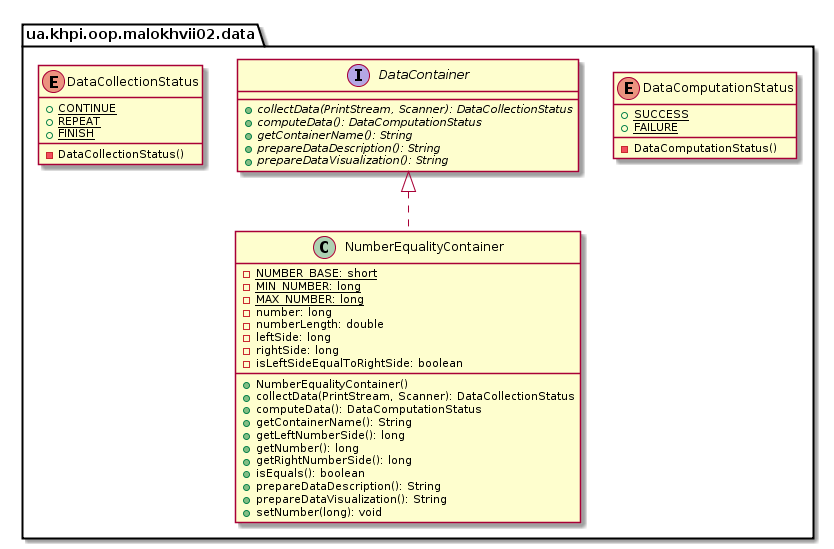
The PlantUML diagram malokhvii-eduard/malokhvii02/doc/plantuml/png/ua.khpi.oop.malokhvii02.data.package.png in P-Kalin/kit26a, before a commit.
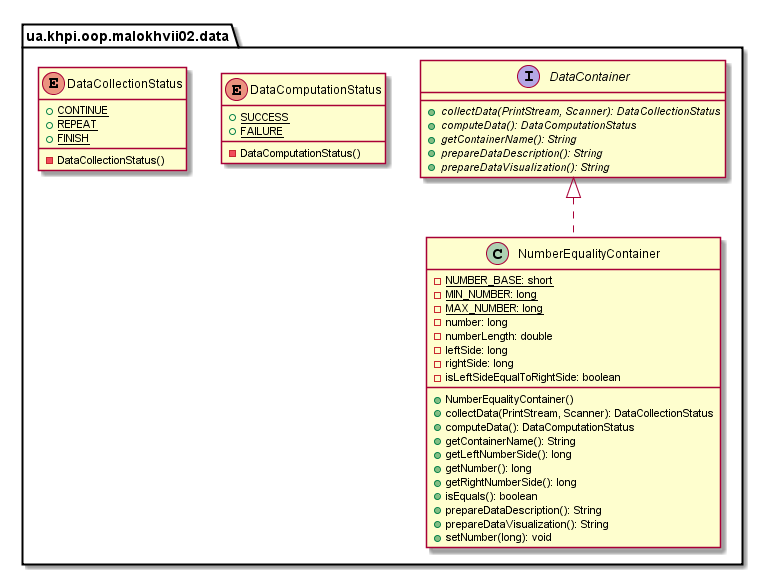
After the change.

What changed in the source:
```diff
@@ -1,12 +1,6 @@
 @startuml
 
     namespace ua.khpi.oop.malokhvii02.data {
-
-        enum DataComputationStatus {
-            {static} +SUCCESS
-            {static} +FAILURE
-            -DataComputationStatus()
-        }
 
         class NumberEqualityContainer {
             {static} -NUMBER_BASE: short
@@ -38,6 +32,12 @@
             {abstract} +prepareDataVisualization(): String
         }
 
+        enum DataComputationStatus {
+            {static} +SUCCESS
+            {static} +FAILURE
+            -DataComputationStatus()
+        }
+
         enum DataCollectionStatus {
             {static} +CONTINUE
             {static} +REPEAT
```
